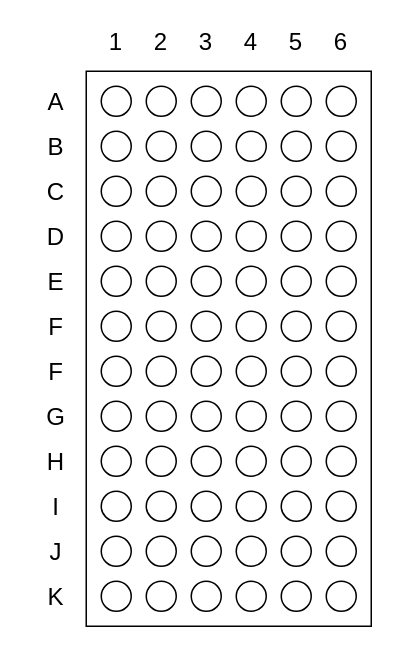
darvik80/rpi-robot keeps this draw.io diagram as images/srf05-rpi.drawio. Above is the earlier version. Source tidied: cells renumbered, new cells numbered last; positions are measured from the earlier drawing's top-left corner, leaving out a move shared by most shapes. Both pictures are drawn from the tidied source at 150%, with x=0, y=0 at pixel (26, 26).
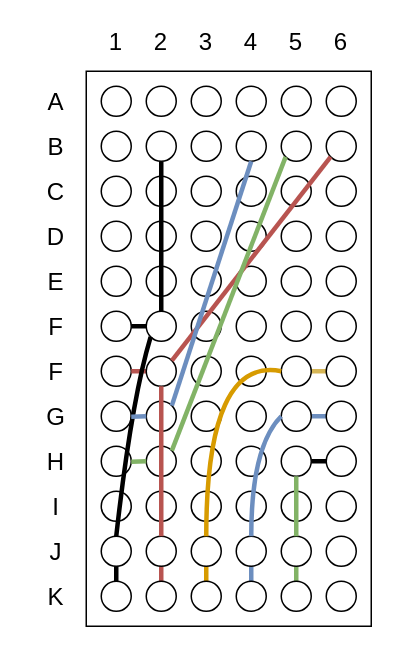
The same page after the edit.

Unchanged cells that the change refers to:
```xml
<mxCell id="10" style="ellipse;whiteSpace=wrap;html=1;fontSize=16;fillColor=none;" parent="2" vertex="1">
<mxCell id="12" style="ellipse;whiteSpace=wrap;html=1;fontSize=16;fillColor=none;" parent="2" vertex="1">
<mxCell id="13" style="ellipse;whiteSpace=wrap;html=1;fontSize=16;fillColor=none;" parent="2" vertex="1">
<mxCell id="14" style="ellipse;whiteSpace=wrap;html=1;fontSize=16;fillColor=none;" parent="2" vertex="1">
<mxCell id="27" style="group;" parent="1" vertex="1">
<mxCell id="35" style="ellipse;whiteSpace=wrap;html=1;fontSize=16;fillColor=none;" parent="27" vertex="1">
<mxCell id="40" style="ellipse;whiteSpace=wrap;html=1;fontSize=16;fillColor=none;" parent="27" vertex="1">
<mxCell id="41" style="ellipse;whiteSpace=wrap;html=1;fontSize=16;fillColor=none;" parent="27" vertex="1">
<mxCell id="44" style="ellipse;whiteSpace=wrap;html=1;fontSize=16;fillColor=none;" parent="27" vertex="1">
<mxCell id="45" style="ellipse;whiteSpace=wrap;html=1;fontSize=16;fillColor=none;" parent="27" vertex="1">
<mxCell id="47" style="ellipse;whiteSpace=wrap;html=1;fontSize=16;fillColor=none;" parent="27" vertex="1">
<mxCell id="50" style="ellipse;whiteSpace=wrap;html=1;fontSize=16;fillColor=none;" parent="27" vertex="1">
<mxCell id="51" style="ellipse;whiteSpace=wrap;html=1;fontSize=16;fillColor=none;" parent="27" vertex="1">
<mxCell id="52" style="group;" parent="1" vertex="1">
<mxCell id="54" style="ellipse;whiteSpace=wrap;html=1;fontSize=16;fillColor=none;" parent="52" vertex="1">
<mxCell id="57" style="ellipse;whiteSpace=wrap;html=1;fontSize=16;fillColor=none;" parent="52" vertex="1">
<mxCell id="58" style="ellipse;whiteSpace=wrap;html=1;fontSize=16;fillColor=none;" parent="52" vertex="1">
<mxCell id="65" style="ellipse;whiteSpace=wrap;html=1;fontSize=16;fillColor=none;" parent="52" vertex="1">
<mxCell id="66" style="ellipse;whiteSpace=wrap;html=1;fontSize=16;fillColor=none;" parent="52" vertex="1">
<mxCell id="67" style="ellipse;whiteSpace=wrap;html=1;fontSize=16;fillColor=none;" parent="52" vertex="1">
<mxCell id="68" style="ellipse;whiteSpace=wrap;html=1;fontSize=16;fillColor=none;" parent="52" vertex="1">
<mxCell id="69" style="ellipse;whiteSpace=wrap;html=1;fontSize=16;fillColor=none;" parent="52" vertex="1">
<mxCell id="71" style="ellipse;whiteSpace=wrap;html=1;fontSize=16;fillColor=none;" parent="52" vertex="1">
<mxCell id="72" style="ellipse;whiteSpace=wrap;html=1;fontSize=16;fillColor=none;" parent="52" vertex="1">
<mxCell id="73" style="ellipse;whiteSpace=wrap;html=1;fontSize=16;fillColor=none;direction=west;" parent="52" vertex="1">
<mxCell id="74" style="ellipse;whiteSpace=wrap;html=1;fontSize=16;fillColor=none;" parent="52" vertex="1">
<mxCell id="75" style="ellipse;whiteSpace=wrap;html=1;fontSize=16;fillColor=none;" parent="52" vertex="1">
```

Diff of the diagram source:
```diff
@@
+    <mxCell id="77" style="rounded=0;whiteSpace=wrap;html=1;fontSize=16;fillColor=none;" parent="1" vertex="1">
+      <mxGeometry x="40" y="30" width="190" height="370" as="geometry" />
+    </mxCell>
@@
+    <mxCell id="96" style="edgeStyle=none;curved=1;rounded=0;jettySize=auto;html=1;exitX=0;exitY=0.5;exitDx=0;exitDy=0;strokeWidth=3;fontSize=12;endArrow=none;endFill=0;startSize=8;endSize=8;" parent="27" edge="1" source="35">
+      <mxGeometry relative="1" as="geometry">
+        <mxPoint x="20" y="40" as="targetPoint" />
+      </mxGeometry>
+    </mxCell>
@@
+    <mxCell id="97" style="edgeStyle=none;curved=1;rounded=0;jettySize=auto;html=1;exitX=0;exitY=0.5;exitDx=0;exitDy=0;entryX=1;entryY=0.5;entryDx=0;entryDy=0;strokeWidth=3;fontSize=12;endArrow=none;endFill=0;startSize=8;endSize=8;fillColor=#f8cecc;strokeColor=#b85450;" parent="27" edge="1" source="41" target="40">
+      <mxGeometry relative="1" as="geometry" />
+    </mxCell>
@@
+    <mxCell id="98" style="edgeStyle=none;curved=1;rounded=0;jettySize=auto;html=1;exitX=1;exitY=0.5;exitDx=0;exitDy=0;entryX=0;entryY=0.5;entryDx=0;entryDy=0;strokeWidth=3;fontSize=12;endArrow=none;endFill=0;startSize=8;endSize=8;fillColor=#fff2cc;strokeColor=#d6b656;" parent="27" edge="1" source="44" target="45">
+      <mxGeometry relative="1" as="geometry" />
+    </mxCell>
@@
+    <mxCell id="99" style="edgeStyle=none;curved=1;rounded=0;jettySize=auto;html=1;exitX=1;exitY=0.5;exitDx=0;exitDy=0;entryX=0;entryY=0.5;entryDx=0;entryDy=0;strokeWidth=3;fontSize=12;endArrow=none;endFill=0;startSize=8;endSize=8;fillColor=#dae8fc;strokeColor=#6c8ebf;" parent="27" edge="1" source="50" target="51">
+      <mxGeometry relative="1" as="geometry" />
+    </mxCell>
@@
+    <mxCell id="100" style="edgeStyle=none;curved=1;rounded=0;jettySize=auto;html=1;exitX=1;exitY=0.5;exitDx=0;exitDy=0;entryX=0;entryY=0.5;entryDx=0;entryDy=0;strokeWidth=3;fontSize=12;endArrow=none;endFill=0;startSize=8;endSize=8;" parent="52" edge="1" source="57" target="58">
+      <mxGeometry relative="1" as="geometry" />
+    </mxCell>
@@
+    <mxCell id="101" style="edgeStyle=none;curved=1;rounded=0;jettySize=auto;html=1;exitX=0.5;exitY=1;exitDx=0;exitDy=0;entryX=0.5;entryY=0;entryDx=0;entryDy=0;strokeWidth=3;fontSize=12;endArrow=none;endFill=0;startSize=8;endSize=8;" parent="52" edge="1" source="65" target="71">
+      <mxGeometry relative="1" as="geometry" />
+    </mxCell>
@@
+    <mxCell id="102" style="edgeStyle=none;curved=1;rounded=0;jettySize=auto;html=1;exitX=0.5;exitY=1;exitDx=0;exitDy=0;entryX=0.5;entryY=0;entryDx=0;entryDy=0;strokeWidth=3;fontSize=12;endArrow=none;endFill=0;startSize=8;endSize=8;fillColor=#f8cecc;strokeColor=#b85450;" parent="52" edge="1" source="66" target="72">
+      <mxGeometry relative="1" as="geometry" />
+    </mxCell>
@@
+    <mxCell id="103" style="edgeStyle=none;curved=1;rounded=0;jettySize=auto;html=1;exitX=0.5;exitY=1;exitDx=0;exitDy=0;entryX=0.5;entryY=1;entryDx=0;entryDy=0;strokeWidth=3;fontSize=12;endArrow=none;endFill=0;startSize=8;endSize=8;fillColor=#ffe6cc;strokeColor=#d79b00;" parent="52" edge="1" source="67" target="73">
+      <mxGeometry relative="1" as="geometry" />
+    </mxCell>
@@
+    <mxCell id="104" style="edgeStyle=none;curved=1;rounded=0;jettySize=auto;html=1;exitX=0.5;exitY=1;exitDx=0;exitDy=0;entryX=0.5;entryY=0;entryDx=0;entryDy=0;strokeWidth=3;fontSize=12;endArrow=none;endFill=0;startSize=8;endSize=8;fillColor=#dae8fc;strokeColor=#6c8ebf;" parent="52" edge="1" source="68" target="74">
+      <mxGeometry relative="1" as="geometry" />
+    </mxCell>
@@
+    <mxCell id="105" style="edgeStyle=none;curved=1;rounded=0;jettySize=auto;html=1;exitX=0.5;exitY=1;exitDx=0;exitDy=0;entryX=0.5;entryY=0;entryDx=0;entryDy=0;strokeWidth=3;fontSize=12;endArrow=none;endFill=0;startSize=8;endSize=8;fillColor=#d5e8d4;strokeColor=#82b366;" parent="52" edge="1" source="69" target="75">
+      <mxGeometry relative="1" as="geometry" />
+    </mxCell>
@@
-    <mxCell id="77" style="rounded=0;whiteSpace=wrap;html=1;fontSize=16;fillColor=none;" parent="1" vertex="1">
-      <mxGeometry x="40" y="30" width="190" height="370" as="geometry" />
-    </mxCell>
@@
+    <mxCell id="106" style="edgeStyle=none;curved=1;rounded=0;jettySize=auto;html=1;fontSize=12;startSize=8;endSize=8;exitX=1;exitY=0;exitDx=0;exitDy=0;strokeWidth=3;endArrow=none;endFill=0;fillColor=#f8cecc;strokeColor=#b85450;entryX=0;entryY=1;entryDx=0;entryDy=0;" parent="1" edge="1" source="41" target="14">
+      <mxGeometry relative="1" as="geometry" />
+    </mxCell>
+    <mxCell id="107" style="edgeStyle=none;curved=1;rounded=0;jettySize=auto;html=1;exitX=0.5;exitY=1;exitDx=0;exitDy=0;strokeWidth=3;fontSize=12;endArrow=none;endFill=0;startSize=8;endSize=8;" parent="1" edge="1" source="10">
+      <mxGeometry relative="1" as="geometry">
+        <mxPoint x="90" y="190" as="targetPoint" />
+      </mxGeometry>
+    </mxCell>
+    <mxCell id="108" style="edgeStyle=none;curved=1;rounded=0;jettySize=auto;html=1;exitX=1;exitY=0;exitDx=0;exitDy=0;entryX=0.5;entryY=1;entryDx=0;entryDy=0;strokeWidth=3;fontSize=12;endArrow=none;endFill=0;startSize=8;endSize=8;fillColor=#dae8fc;strokeColor=#6c8ebf;" parent="1" edge="1" source="47" target="12">
+      <mxGeometry relative="1" as="geometry" />
+    </mxCell>
+    <mxCell id="109" style="edgeStyle=none;curved=1;rounded=0;jettySize=auto;html=1;exitX=1;exitY=0;exitDx=0;exitDy=0;entryX=0;entryY=1;entryDx=0;entryDy=0;strokeWidth=3;fontSize=12;endArrow=none;endFill=0;startSize=8;endSize=8;fillColor=#d5e8d4;strokeColor=#82b366;" parent="1" edge="1" source="54" target="13">
+      <mxGeometry relative="1" as="geometry" />
+    </mxCell>
+    <mxCell id="110" style="edgeStyle=none;curved=1;rounded=0;orthogonalLoop=1;jettySize=auto;html=1;strokeWidth=3;fontSize=12;endArrow=none;endFill=0;startSize=8;endSize=8;fillColor=#ffe6cc;strokeColor=#d79b00;" parent="1" edge="1">
+      <mxGeometry x="-0.16" y="-4" relative="1" as="geometry">
+        <mxPoint x="170" y="230" as="sourcePoint" />
+        <mxPoint x="120" y="340" as="targetPoint" />
+        <Array as="points">
+          <mxPoint x="120" y="220" />
+        </Array>
+      </mxGeometry>
+    </mxCell>
+    <mxCell id="111" style="edgeStyle=none;curved=1;rounded=0;jettySize=auto;html=1;exitX=0;exitY=0.5;exitDx=0;exitDy=0;strokeWidth=3;fontSize=12;endArrow=none;endFill=0;startSize=8;endSize=8;fillColor=#dae8fc;strokeColor=#6c8ebf;" parent="1" edge="1" source="50">
+      <mxGeometry x="-0.34" y="-13" relative="1" as="geometry">
+        <mxPoint x="150" y="340" as="targetPoint" />
+        <Array as="points">
+          <mxPoint x="150" y="280" />
+        </Array>
+      </mxGeometry>
+    </mxCell>
+    <mxCell id="112" style="edgeStyle=none;curved=1;rounded=0;orthogonalLoop=1;jettySize=auto;html=1;strokeWidth=3;fontSize=12;endArrow=none;endFill=0;startSize=8;endSize=8;fillColor=#d5e8d4;strokeColor=#82b366;" parent="1" edge="1">
+      <mxGeometry relative="1" as="geometry">
+        <mxPoint x="180" y="340" as="sourcePoint" />
+        <mxPoint x="180" y="300" as="targetPoint" />
+      </mxGeometry>
+    </mxCell>
+    <mxCell id="113" style="edgeStyle=none;curved=1;rounded=0;jettySize=auto;html=1;entryX=0.5;entryY=1;entryDx=0;entryDy=0;strokeWidth=3;fontSize=12;endArrow=none;endFill=0;startSize=8;endSize=8;fillColor=#f8cecc;strokeColor=#b85450;" parent="1" edge="1" target="41">
+      <mxGeometry relative="1" as="geometry">
+        <mxPoint x="90" y="340" as="sourcePoint" />
+      </mxGeometry>
+    </mxCell>
+    <mxCell id="114" style="edgeStyle=none;curved=1;rounded=0;jettySize=auto;html=1;exitX=0;exitY=1;exitDx=0;exitDy=0;entryX=0.5;entryY=0;entryDx=0;entryDy=0;strokeWidth=3;fontSize=12;endArrow=none;endFill=0;startSize=8;endSize=8;" parent="1" edge="1" source="35" target="65">
+      <mxGeometry relative="1" as="geometry">
+        <Array as="points">
+          <mxPoint x="70" y="250" />
+        </Array>
+      </mxGeometry>
+    </mxCell>
+    <mxCell id="115" style="edgeStyle=none;curved=1;rounded=0;jettySize=auto;html=1;exitX=0;exitY=0.5;exitDx=0;exitDy=0;strokeWidth=3;fontSize=12;endArrow=none;endFill=0;startSize=8;endSize=8;fillColor=#d5e8d4;strokeColor=#82b366;" parent="1" edge="1" source="54">
+      <mxGeometry relative="1" as="geometry">
+        <mxPoint x="70" y="290.3" as="targetPoint" />
+      </mxGeometry>
+    </mxCell>
+    <mxCell id="116" style="edgeStyle=none;curved=1;rounded=0;jettySize=auto;html=1;exitX=0;exitY=0.5;exitDx=0;exitDy=0;strokeWidth=3;fontSize=12;endArrow=none;endFill=0;startSize=8;endSize=8;fillColor=#dae8fc;strokeColor=#6c8ebf;" parent="1" edge="1" source="47">
+      <mxGeometry relative="1" as="geometry">
+        <mxPoint x="70" y="260.3" as="targetPoint" />
+      </mxGeometry>
+    </mxCell>
```
